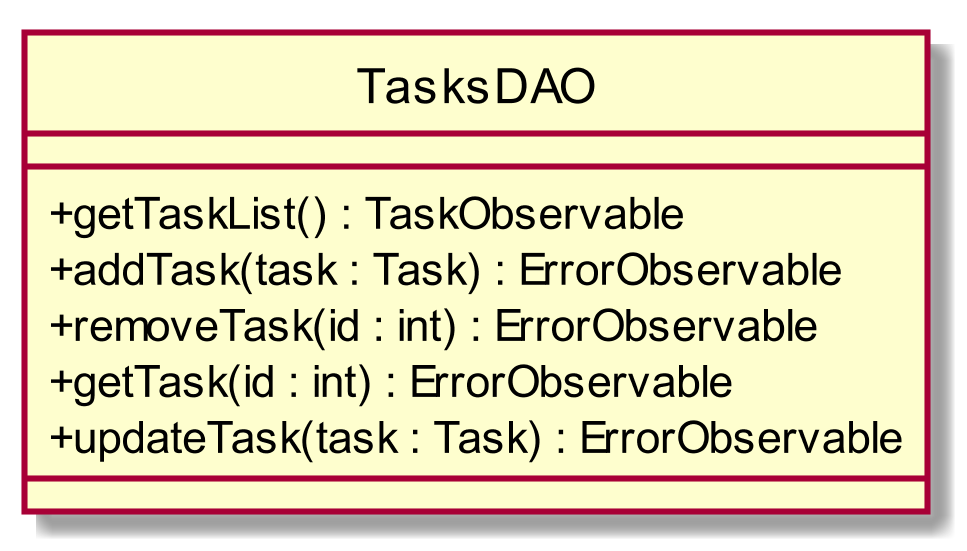
The PlantUML diagram RQ/Esterni/DefinizioneDiProdotto/images/ClassTasksDAO.png in CoCodeSWE/Docs, before a commit.
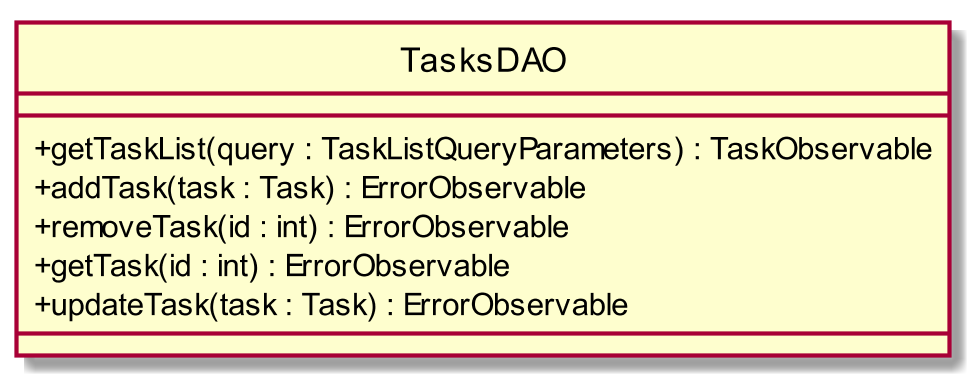
After the commit.

Change to the diagram source:
```diff
@@ -4,7 +4,7 @@
 interface TasksDAO
 class TasksDAO{
 __
-+ getTaskList() : TaskObservable
++ getTaskList(query : TaskListQueryParameters) : TaskObservable
 + addTask(task : Task) : ErrorObservable
 + removeTask(id : int) : ErrorObservable
 + getTask(id : int) : ErrorObservable
```
